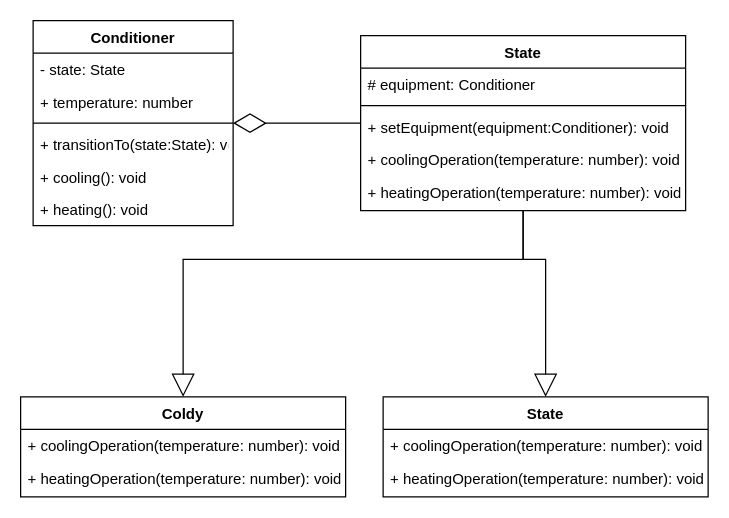
This is Patterns/Behavioral Patterns/State/state.drawio from MaksimPyatak/TS, a draw.io file, before an edit. Source tidied: cells renumbered, new cells numbered last; positions are measured from the earlier drawing's top-left corner, leaving out a move shared by most shapes. Both pictures are drawn from the tidied source at 125%, with x=0, y=0 at pixel (20, 20).
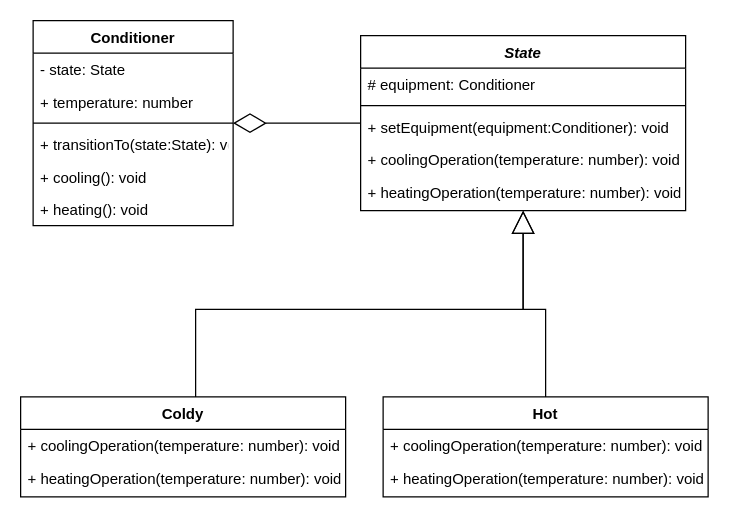
After the change.

The change refers to these unchanged cells:
```xml
<mxCell id="17" value="Coldy" style="swimlane;fontStyle=1;align=center;verticalAlign=top;horizontal=1;startSize=26;" parent="1" vertex="1">
  <mxGeometry y="301" width="260" height="80" as="geometry" />
</mxCell>
```

The edit, as a diff of the source:
```diff
@@
-    <mxCell id="9" style="edgeStyle=orthogonalEdgeStyle;rounded=0;jettySize=auto;html=1;endArrow=block;endFill=0;endSize=16;" parent="1" edge="1" source="11" target="17">
+    <mxCell id="9" style="edgeStyle=orthogonalEdgeStyle;rounded=0;jettySize=auto;html=1;endArrow=block;endFill=0;endSize=16;" parent="1" edge="1" source="17" target="11">
       <mxGeometry relative="1" as="geometry">
         <Array as="points">
-          <mxPoint x="402" y="191" />
-          <mxPoint x="130" y="191" />
+          <mxPoint x="140" y="231" />
+          <mxPoint x="402" y="231" />
         </Array>
       </mxGeometry>
     </mxCell>
-    <mxCell id="10" style="edgeStyle=orthogonalEdgeStyle;rounded=0;jettySize=auto;html=1;endArrow=block;endFill=0;endSize=16;" parent="1" edge="1" source="11" target="20">
+    <mxCell id="10" style="edgeStyle=orthogonalEdgeStyle;rounded=0;jettySize=auto;html=1;endArrow=block;endFill=0;endSize=16;" parent="1" edge="1" source="20" target="11">
       <mxGeometry relative="1" as="geometry">
         <Array as="points">
-          <mxPoint x="402" y="191" />
-          <mxPoint x="420" y="191" />
+          <mxPoint x="420" y="231" />
+          <mxPoint x="402" y="231" />
         </Array>
       </mxGeometry>
     </mxCell>
-    <mxCell id="11" value="State" style="swimlane;fontStyle=1;align=center;verticalAlign=top;horizontal=1;startSize=26;" parent="1" vertex="1">
+    <mxCell id="11" value="State" style="swimlane;fontStyle=3;align=center;verticalAlign=top;horizontal=1;startSize=26;" parent="1" vertex="1">
       <mxGeometry x="272" y="12" width="260" height="140" as="geometry" />
     </mxCell>
@@
-    <mxCell id="20" value="State" style="swimlane;fontStyle=1;align=center;verticalAlign=top;horizontal=1;startSize=26;" parent="1" vertex="1">
+    <mxCell id="20" value="Hot" style="swimlane;fontStyle=1;align=center;verticalAlign=top;horizontal=1;startSize=26;" parent="1" vertex="1">
       <mxGeometry x="290" y="301" width="260" height="80" as="geometry" />
     </mxCell>
```
